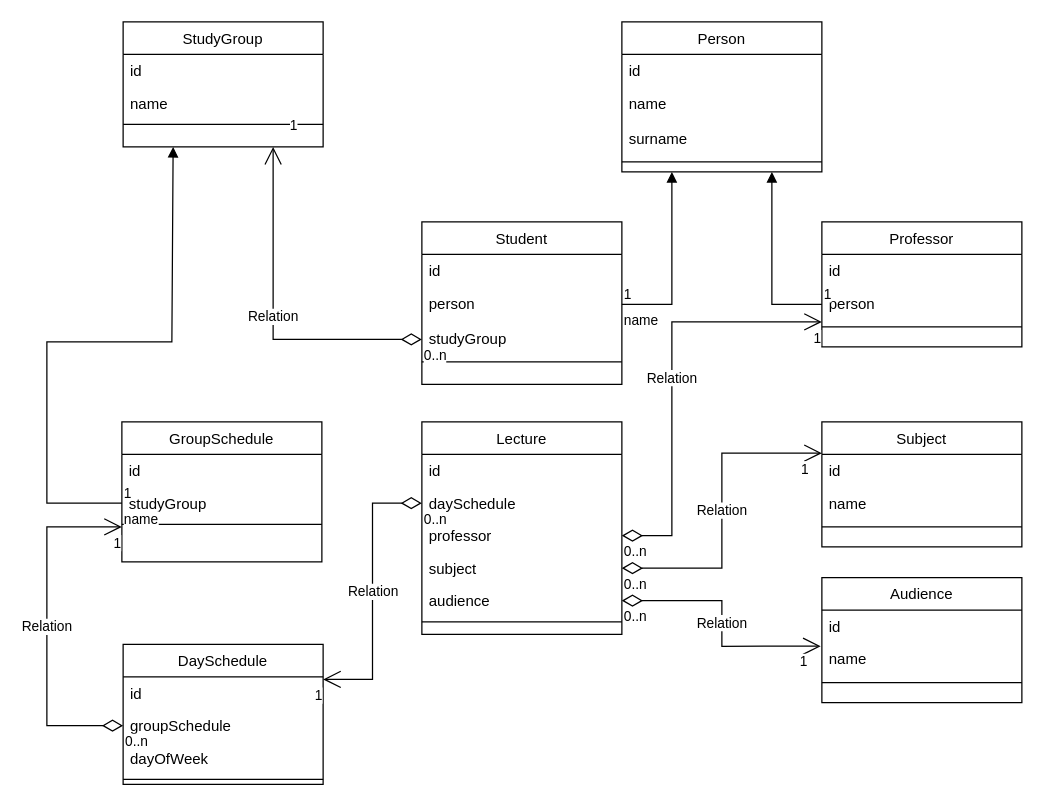
Earlier version of the draw.io diagram Untitled Diagram.drawio (KrutkoOleksii/MyUniversity). Source tidied: cells renumbered, new cells numbered last; positions are measured from the earlier drawing's top-left corner, leaving out a move shared by most shapes. Both pictures are drawn from the tidied source at 125%, with x=0, y=0 at pixel (46, 21).
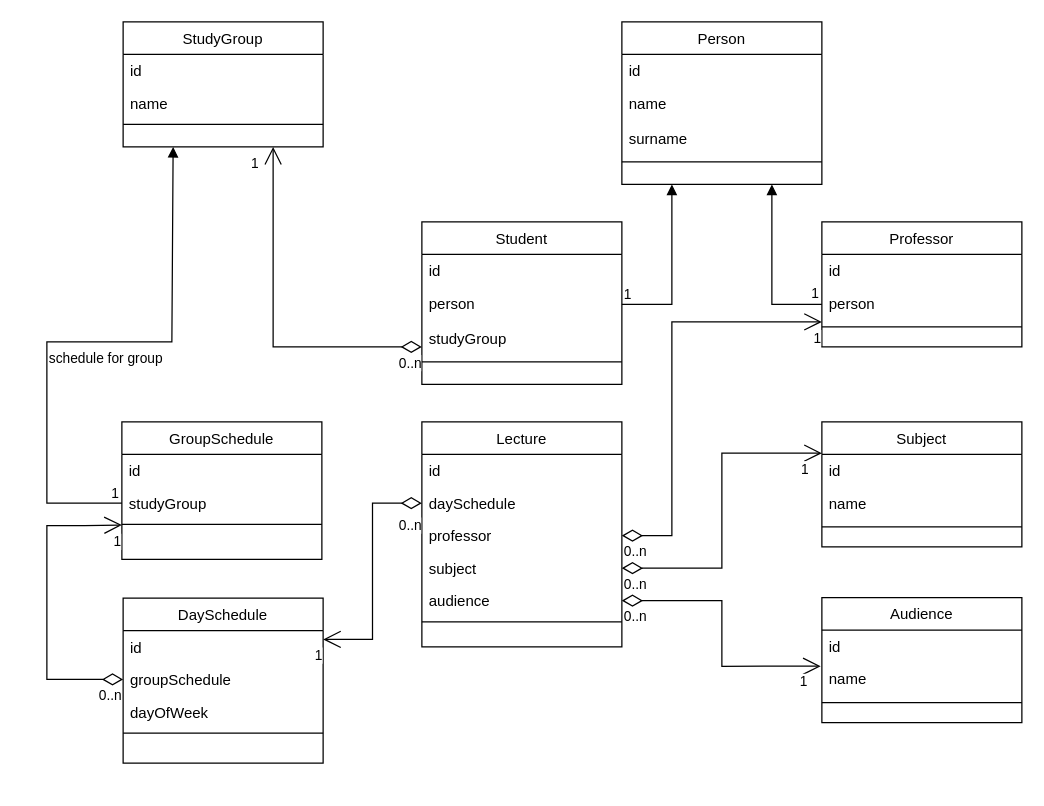
The same page after the edit.

The change refers to these unchanged cells:
```xml
<mxCell id="2" value="StudyGroup" style="swimlane;fontStyle=0;align=center;verticalAlign=top;horizontal=1;startSize=26;rounded=0;shadow=0;strokeWidth=1;" parent="1" vertex="1">
  <mxGeometry x="61" width="160" height="100" as="geometry" />
</mxCell>
<mxCell id="8" value="person" style="text;align=left;verticalAlign=top;spacingLeft=4;spacingRight=4;overflow=hidden;points=[[0,0.5],[1,0.5]];portConstraint=eastwest;rounded=0;shadow=0;html=0;" parent="6" vertex="1">
  <mxGeometry y="52" width="160" height="28" as="geometry" />
</mxCell>
<mxCell id="9" value="studyGroup" style="text;align=left;verticalAlign=top;spacingLeft=4;spacingRight=4;overflow=hidden;points=[[0,0.5],[1,0.5]];portConstraint=eastwest;rounded=0;shadow=0;html=0;" parent="6" vertex="1">
  <mxGeometry y="80" width="160" height="28" as="geometry" />
</mxCell>
<mxCell id="11" value="Subject" style="swimlane;fontStyle=0;align=center;verticalAlign=top;horizontal=1;startSize=26;rounded=0;shadow=0;strokeWidth=1;" parent="1" vertex="1">
  <mxGeometry x="620" y="320" width="160" height="100" as="geometry" />
</mxCell>
<mxCell id="17" value="daySchedule" style="text;align=left;verticalAlign=top;spacingLeft=4;spacingRight=4;overflow=hidden;points=[[0,0.5],[1,0.5]];portConstraint=eastwest;rounded=0;shadow=0;html=0;" parent="15" vertex="1">
  <mxGeometry y="52" width="160" height="26" as="geometry" />
</mxCell>
<mxCell id="18" value="professor" style="text;align=left;verticalAlign=top;spacingLeft=4;spacingRight=4;overflow=hidden;points=[[0,0.5],[1,0.5]];portConstraint=eastwest;rounded=0;shadow=0;html=0;" parent="15" vertex="1">
  <mxGeometry y="78" width="160" height="26" as="geometry" />
</mxCell>
<mxCell id="19" value="subject" style="text;align=left;verticalAlign=top;spacingLeft=4;spacingRight=4;overflow=hidden;points=[[0,0.5],[1,0.5]];portConstraint=eastwest;rounded=0;shadow=0;html=0;" parent="15" vertex="1">
  <mxGeometry y="104" width="160" height="26" as="geometry" />
</mxCell>
<mxCell id="20" value="audience" style="text;align=left;verticalAlign=top;spacingLeft=4;spacingRight=4;overflow=hidden;points=[[0,0.5],[1,0.5]];portConstraint=eastwest;rounded=0;shadow=0;html=0;" parent="15" vertex="1">
  <mxGeometry y="130" width="160" height="26" as="geometry" />
</mxCell>
<mxCell id="23" value="id" style="text;align=left;verticalAlign=top;spacingLeft=4;spacingRight=4;overflow=hidden;points=[[0,0.5],[1,0.5]];portConstraint=eastwest;" parent="22" vertex="1">
  <mxGeometry y="26" width="160" height="26" as="geometry" />
</mxCell>
<mxCell id="42" value="Professor" style="swimlane;fontStyle=0;align=center;verticalAlign=top;horizontal=1;startSize=26;rounded=0;shadow=0;strokeWidth=1;" parent="1" vertex="1">
  <mxGeometry x="620" y="160" width="160" height="100" as="geometry" />
</mxCell>
<mxCell id="46" style="endArrow=block;endFill=1;html=1;edgeStyle=orthogonalEdgeStyle;align=left;verticalAlign=top;rounded=0;entryX=0.75;entryY=1;entryDx=0;entryDy=0;" parent="1" edge="1" source="44" target="35">
  <mxGeometry x="-1" relative="1" as="geometry" />
</mxCell>
<mxCell id="50" value="studyGroup" style="text;align=left;verticalAlign=top;spacingLeft=4;spacingRight=4;overflow=hidden;points=[[0,0.5],[1,0.5]];portConstraint=eastwest;rounded=0;shadow=0;html=0;" parent="48" vertex="1">
  <mxGeometry y="52" width="160" height="26" as="geometry" />
</mxCell>
<mxCell id="56" value="groupSchedule" style="text;align=left;verticalAlign=top;spacingLeft=4;spacingRight=4;overflow=hidden;points=[[0,0.5],[1,0.5]];portConstraint=eastwest;rounded=0;shadow=0;html=0;" parent="54" vertex="1">
  <mxGeometry y="52" width="160" height="26" as="geometry" />
</mxCell>
```

Change to the diagram source:
```diff
@@
     <mxCell id="15" value="Lecture" style="swimlane;fontStyle=0;align=center;verticalAlign=top;horizontal=1;startSize=26;rounded=0;shadow=0;strokeWidth=1;" parent="1" vertex="1">
-      <mxGeometry x="300" y="320" width="160" height="170" as="geometry" />
+      <mxGeometry x="300" y="320" width="160" height="180" as="geometry" />
     </mxCell>
@@
     <mxCell id="22" value="Audience" style="swimlane;fontStyle=0;align=center;verticalAlign=top;horizontal=1;startSize=26;rounded=0;shadow=0;strokeWidth=1;" parent="1" vertex="1">
-      <mxGeometry x="620" y="444.5" width="160" height="100" as="geometry" />
+      <mxGeometry x="620" y="460.5" width="160" height="100" as="geometry" />
     </mxCell>
@@
-    <mxCell id="26" value="Relation" style="endArrow=open;html=1;endSize=12;startArrow=diamondThin;startSize=14;startFill=0;edgeStyle=orthogonalEdgeStyle;rounded=0;entryX=0.75;entryY=1;entryDx=0;entryDy=0;" parent="1" edge="1" source="9" target="2">
-      <mxGeometry relative="1" as="geometry" />
-    </mxCell>
-    <mxCell id="27" value="0..n" style="edgeLabel;html=1;align=left;verticalAlign=top;" parent="26" vertex="1">
-      <mxGeometry x="-1" relative="1" as="geometry" />
-    </mxCell>
-    <mxCell id="28" value="1" style="edgeLabel;html=1;align=right;verticalAlign=top;" parent="26" vertex="1">
-      <mxGeometry x="1" relative="1" as="geometry">
-        <mxPoint x="20" y="-30" as="offset" />
-      </mxGeometry>
-    </mxCell>
-    <mxCell id="29" value="Relation" style="endArrow=open;html=1;endSize=12;startArrow=diamondThin;startSize=14;startFill=0;edgeStyle=orthogonalEdgeStyle;rounded=0;entryX=0;entryY=0.25;entryDx=0;entryDy=0;" parent="1" edge="1" source="19" target="11">
+    <mxCell id="29" style="endArrow=open;html=1;endSize=12;startArrow=diamondThin;startSize=14;startFill=0;edgeStyle=orthogonalEdgeStyle;rounded=0;entryX=0;entryY=0.25;entryDx=0;entryDy=0;" parent="1" edge="1" source="19" target="11">
       <mxGeometry relative="1" as="geometry" />
     </mxCell>
@@
-    <mxCell id="32" value="Relation" style="endArrow=open;html=1;endSize=12;startArrow=diamondThin;startSize=14;startFill=0;edgeStyle=orthogonalEdgeStyle;rounded=0;entryX=-0.006;entryY=1.115;entryDx=0;entryDy=0;entryPerimeter=0;" parent="1" edge="1" source="20" target="23">
+    <mxCell id="32" style="endArrow=open;html=1;endSize=12;startArrow=diamondThin;startSize=14;startFill=0;edgeStyle=orthogonalEdgeStyle;rounded=0;entryX=-0.006;entryY=1.115;entryDx=0;entryDy=0;entryPerimeter=0;" parent="1" edge="1" source="20" target="23">
       <mxGeometry relative="1" as="geometry" />
     </mxCell>
@@
     <mxCell id="35" value="Person" style="swimlane;fontStyle=0;align=center;verticalAlign=top;horizontal=1;startSize=26;rounded=0;shadow=0;strokeWidth=1;" parent="1" vertex="1">
-      <mxGeometry x="460" width="160" height="120" as="geometry" />
+      <mxGeometry x="460" width="160" height="130" as="geometry" />
     </mxCell>
@@
-    <mxCell id="40" value="name" style="endArrow=block;endFill=1;html=1;edgeStyle=orthogonalEdgeStyle;align=left;verticalAlign=top;rounded=0;entryX=0.25;entryY=1;entryDx=0;entryDy=0;" parent="1" edge="1" source="8" target="35">
+    <mxCell id="40" style="endArrow=block;endFill=1;html=1;edgeStyle=orthogonalEdgeStyle;align=left;verticalAlign=top;rounded=0;entryX=0.25;entryY=1;entryDx=0;entryDy=0;" parent="1" edge="1" source="8" target="35">
       <mxGeometry x="-1" relative="1" as="geometry" />
     </mxCell>
@@
     <mxCell id="47" value="1" style="edgeLabel;html=1;align=left;verticalAlign=bottom;" parent="46" vertex="1">
-      <mxGeometry x="-1" relative="1" as="geometry" />
+      <mxGeometry x="-1" relative="1" as="geometry">
+        <mxPoint x="-10" y="-1" as="offset" />
+      </mxGeometry>
     </mxCell>
     <mxCell id="48" value="GroupSchedule" style="swimlane;fontStyle=0;align=center;verticalAlign=top;horizontal=1;startSize=26;rounded=0;shadow=0;strokeWidth=1;" parent="1" vertex="1">
-      <mxGeometry x="60" y="320" width="160" height="112" as="geometry" />
+      <mxGeometry x="60" y="320" width="160" height="110" as="geometry" />
     </mxCell>
@@
-    <mxCell id="52" value="name" style="endArrow=block;endFill=1;html=1;edgeStyle=orthogonalEdgeStyle;align=left;verticalAlign=top;rounded=0;entryX=0.25;entryY=1;entryDx=0;entryDy=0;" parent="1" edge="1" source="50" target="2">
-      <mxGeometry x="-1" relative="1" as="geometry">
+    <mxCell id="52" value="schedule for group" style="endArrow=block;endFill=1;html=1;edgeStyle=orthogonalEdgeStyle;align=left;verticalAlign=top;rounded=0;entryX=0.25;entryY=1;entryDx=0;entryDy=0;" parent="1" edge="1" source="50" target="2">
+      <mxGeometry x="-0.15" relative="1" as="geometry">
         <Array as="points">
           <mxPoint y="385" />
           <mxPoint y="256" />
           <mxPoint x="100" y="256" />
         </Array>
       </mxGeometry>
     </mxCell>
     <mxCell id="53" value="1" style="edgeLabel;html=1;align=left;verticalAlign=bottom;" parent="52" vertex="1">
-      <mxGeometry x="-1" relative="1" as="geometry" />
+      <mxGeometry x="-1" relative="1" as="geometry">
+        <mxPoint x="-10" as="offset" />
+      </mxGeometry>
     </mxCell>
     <mxCell id="54" value="DaySchedule" style="swimlane;fontStyle=0;align=center;verticalAlign=top;horizontal=1;startSize=26;rounded=0;shadow=0;strokeWidth=1;" parent="1" vertex="1">
-      <mxGeometry x="61" y="498" width="160" height="112" as="geometry" />
+      <mxGeometry x="61" y="461" width="160" height="132" as="geometry" />
     </mxCell>
@@
-    <mxCell id="59" value="Relation" style="endArrow=open;html=1;endSize=12;startArrow=diamondThin;startSize=14;startFill=0;edgeStyle=orthogonalEdgeStyle;rounded=0;exitX=1;exitY=0.5;exitDx=0;exitDy=0;" parent="1" edge="1" source="18" target="42">
+    <mxCell id="59" style="endArrow=open;html=1;endSize=12;startArrow=diamondThin;startSize=14;startFill=0;edgeStyle=orthogonalEdgeStyle;rounded=0;exitX=1;exitY=0.5;exitDx=0;exitDy=0;" parent="1" edge="1" source="18" target="42">
       <mxGeometry relative="1" as="geometry">
         <Array as="points">
           <mxPoint x="500" y="411" />
           <mxPoint x="500" y="240" />
         </Array>
       </mxGeometry>
     </mxCell>
@@
-    <mxCell id="62" value="Relation" style="endArrow=open;html=1;endSize=12;startArrow=diamondThin;startSize=14;startFill=0;edgeStyle=orthogonalEdgeStyle;rounded=0;entryX=0;entryY=0.75;entryDx=0;entryDy=0;exitX=0;exitY=0.5;exitDx=0;exitDy=0;" parent="1" edge="1" source="56" target="48">
+    <mxCell id="62" style="endArrow=open;html=1;endSize=12;startArrow=diamondThin;startSize=14;startFill=0;edgeStyle=orthogonalEdgeStyle;rounded=0;entryX=0;entryY=0.75;entryDx=0;entryDy=0;exitX=0;exitY=0.5;exitDx=0;exitDy=0;" parent="1" edge="1" source="56" target="48">
       <mxGeometry relative="1" as="geometry">
         <Array as="points">
-          <mxPoint y="563" />
-          <mxPoint y="404" />
+          <mxPoint y="526" />
+          <mxPoint y="403" />
+          <mxPoint x="30" y="403" />
         </Array>
       </mxGeometry>
     </mxCell>
     <mxCell id="63" value="0..n" style="edgeLabel;html=1;align=left;verticalAlign=top;" parent="62" vertex="1">
-      <mxGeometry x="-1" relative="1" as="geometry" />
+      <mxGeometry x="-1" relative="1" as="geometry">
+        <mxPoint x="-21" as="offset" />
+      </mxGeometry>
     </mxCell>
@@
-    <mxCell id="65" value="Relation" style="endArrow=open;html=1;endSize=12;startArrow=diamondThin;startSize=14;startFill=0;edgeStyle=orthogonalEdgeStyle;rounded=0;entryX=1;entryY=0.25;entryDx=0;entryDy=0;" parent="1" edge="1" source="17" target="54">
+    <mxCell id="65" style="endArrow=open;html=1;endSize=12;startArrow=diamondThin;startSize=14;startFill=0;edgeStyle=orthogonalEdgeStyle;rounded=0;entryX=1;entryY=0.25;entryDx=0;entryDy=0;" parent="1" edge="1" source="17" target="54">
       <mxGeometry relative="1" as="geometry" />
     </mxCell>
     <mxCell id="66" value="0..n" style="edgeLabel;html=1;align=left;verticalAlign=top;" parent="65" vertex="1">
-      <mxGeometry x="-1" relative="1" as="geometry" />
+      <mxGeometry x="-1" relative="1" as="geometry">
+        <mxPoint x="-20" y="5" as="offset" />
+      </mxGeometry>
     </mxCell>
@@
+    <mxCell id="26" style="endArrow=open;html=1;endSize=12;startArrow=diamondThin;startSize=14;startFill=0;edgeStyle=orthogonalEdgeStyle;rounded=0;entryX=0.75;entryY=1;entryDx=0;entryDy=0;" parent="1" edge="1" source="9" target="2">
+      <mxGeometry relative="1" as="geometry">
+        <Array as="points">
+          <mxPoint x="181" y="260" />
+        </Array>
+      </mxGeometry>
+    </mxCell>
+    <mxCell id="27" value="0..n" style="edgeLabel;html=1;align=left;verticalAlign=top;" parent="26" vertex="1">
+      <mxGeometry x="-1" relative="1" as="geometry">
+        <mxPoint x="-20" as="offset" />
+      </mxGeometry>
+    </mxCell>
+    <mxCell id="28" value="1" style="edgeLabel;html=1;align=right;verticalAlign=top;" parent="26" vertex="1">
+      <mxGeometry x="1" relative="1" as="geometry">
+        <mxPoint x="-11" as="offset" />
+      </mxGeometry>
+    </mxCell>
```
